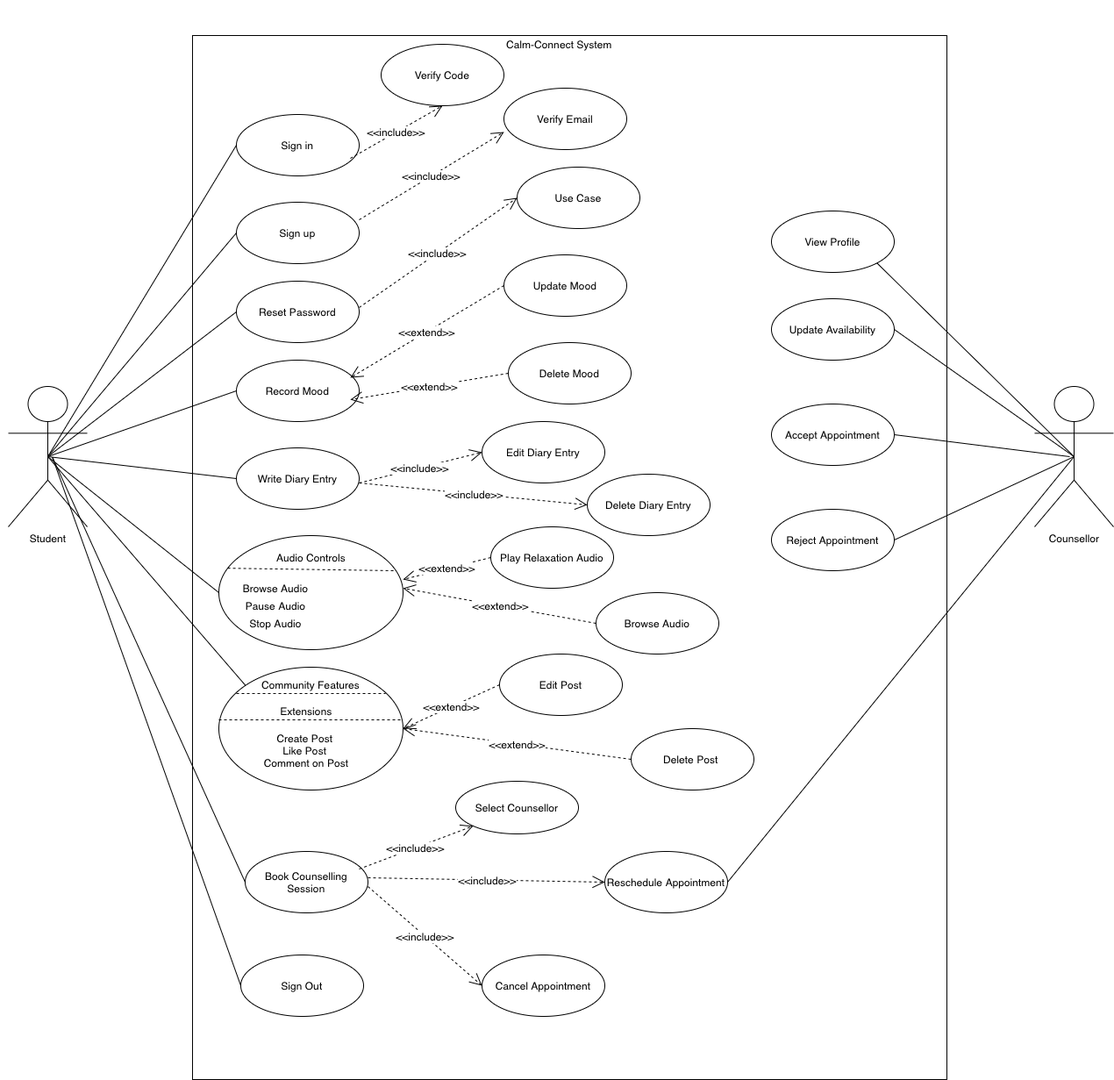
This is final usecase.drawio.png from laisaramisa-purr/psychic-fishstick, a draw.io export, as it was before one commit. Source tidied: cells renumbered, new cells last; positions are measured from the earlier drawing's top-left corner, leaving out a move shared by most shapes.
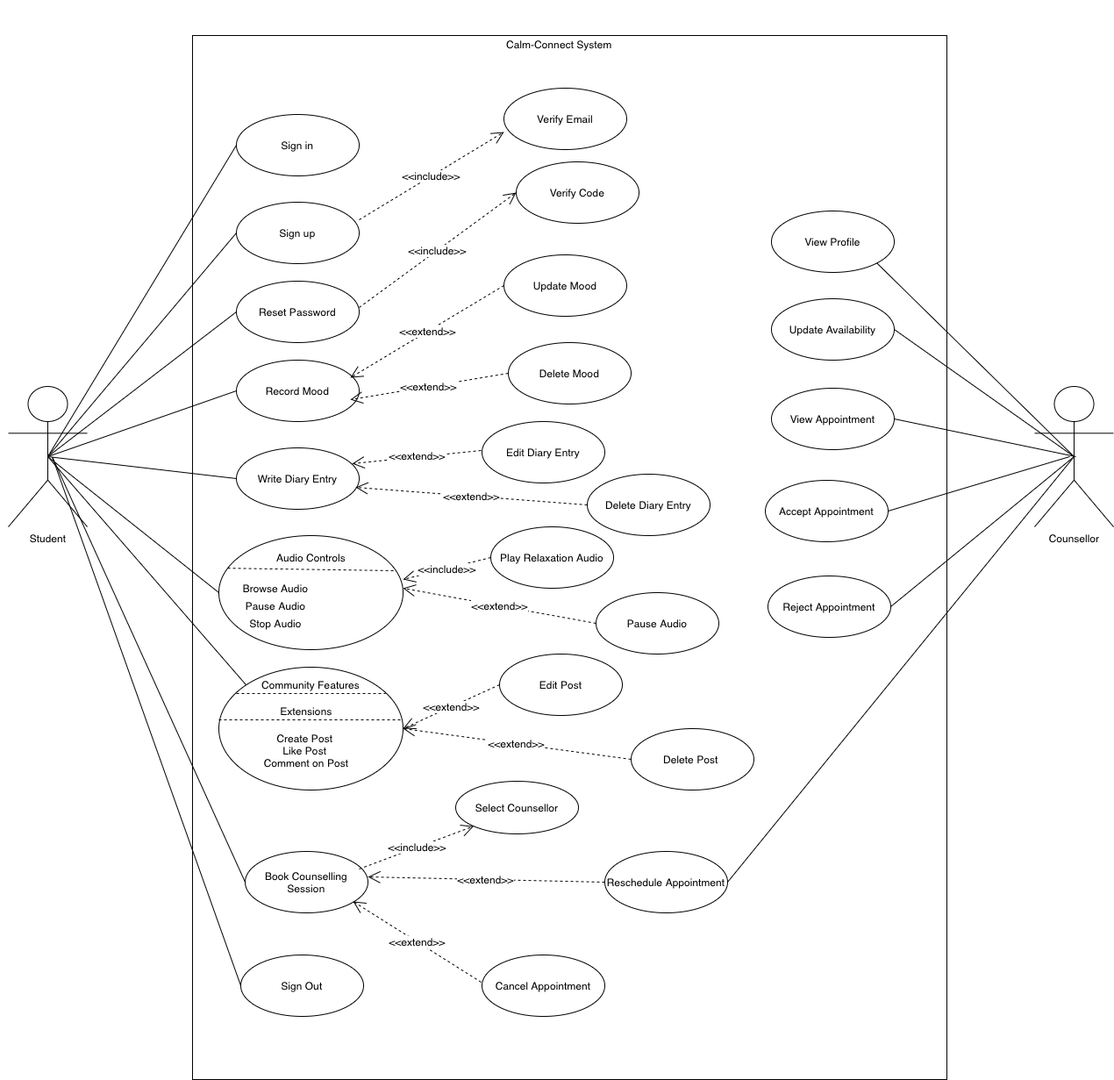
After the change.

Commit message:
final use case

What changed in the source:
```diff
@@ -59,7 +59,7 @@
     <mxCell id="20" value="Book Counselling Session" style="ellipse;whiteSpace=wrap;html=1;" parent="1" vertex="1">
       <mxGeometry x="270" y="970" width="140" height="70" as="geometry" />
     </mxCell>
-    <mxCell id="21" value="Browse Audio" style="ellipse;whiteSpace=wrap;html=1;" parent="1" vertex="1">
+    <mxCell id="21" value="Pause Audio" style="ellipse;whiteSpace=wrap;html=1;" parent="1" vertex="1">
       <mxGeometry x="670" y="675" width="140" height="70" as="geometry" />
     </mxCell>
     <mxCell id="22" value="Play Relaxation Audio" style="ellipse;whiteSpace=wrap;html=1;" parent="1" vertex="1">
@@ -72,10 +72,10 @@
       <mxGeometry x="560" y="745" width="140" height="70" as="geometry" />
     </mxCell>
     <mxCell id="25" value="Accept Appointment" style="ellipse;whiteSpace=wrap;html=1;" parent="1" vertex="1">
-      <mxGeometry x="870" y="460" width="140" height="70" as="geometry" />
+      <mxGeometry x="863" y="547" width="140" height="70" as="geometry" />
     </mxCell>
     <mxCell id="26" value="Reject Appointment" style="ellipse;whiteSpace=wrap;html=1;" parent="1" vertex="1">
-      <mxGeometry x="870" y="580" width="140" height="70" as="geometry" />
+      <mxGeometry x="866" y="656" width="140" height="70" as="geometry" />
     </mxCell>
     <mxCell id="27" value="Update Availability" style="ellipse;whiteSpace=wrap;html=1;" parent="1" vertex="1">
       <mxGeometry x="870" y="340" width="140" height="70" as="geometry" />
@@ -172,9 +172,6 @@
     <mxCell id="53" style="endArrow=none;html=1;rounded=0;fontSize=12;startSize=8;endSize=8;curved=1;entryX=0.5;entryY=0.5;entryDx=0;entryDy=0;entryPerimeter=0;exitX=1;exitY=0.5;exitDx=0;exitDy=0;" parent="1" edge="1" source="26" target="4">
       <mxGeometry relative="1" as="geometry" />
     </mxCell>
-    <mxCell id="54" value="Use Case" style="ellipse;whiteSpace=wrap;html=1;" parent="1" vertex="1">
-      <mxGeometry x="580" y="190" width="140" height="70" as="geometry" />
-    </mxCell>
     <mxCell id="55" value="&amp;lt;&amp;lt;extend&amp;gt;&amp;gt;" style="endArrow=open;endSize=12;dashed=1;html=1;rounded=0;fontSize=12;curved=1;exitX=0;exitY=0.5;exitDx=0;exitDy=0;" parent="1" edge="1" source="7">
       <mxGeometry relative="1" as="geometry">
         <mxPoint x="390" y="455" as="targetPoint" />
@@ -190,19 +187,21 @@
         <mxPoint x="400" y="250" as="sourcePoint" />
       </mxGeometry>
     </mxCell>
-    <mxCell id="58" value="&amp;lt;&amp;lt;include&amp;gt;&amp;gt;" style="endArrow=open;endSize=12;dashed=1;html=1;rounded=0;fontSize=12;curved=1;entryX=0;entryY=0.5;entryDx=0;entryDy=0;" parent="1" edge="1" target="54">
+    <mxCell id="58" value="&amp;lt;&amp;lt;include&amp;gt;&amp;gt;" style="endArrow=open;endSize=12;dashed=1;html=1;rounded=0;fontSize=12;curved=1;entryX=0;entryY=0.5;entryDx=0;entryDy=0;" parent="1" edge="1" target="70">
       <mxGeometry relative="1" as="geometry">
         <mxPoint x="400" y="350" as="sourcePoint" />
       </mxGeometry>
     </mxCell>
-    <mxCell id="59" value="&amp;lt;&amp;lt;include&amp;gt;&amp;gt;" style="endArrow=open;endSize=12;dashed=1;html=1;rounded=0;fontSize=12;curved=1;entryX=0;entryY=0.5;entryDx=0;entryDy=0;" parent="1" edge="1" target="8">
-      <mxGeometry relative="1" as="geometry">
-        <mxPoint x="400" y="550" as="sourcePoint" />
+    <mxCell id="59" value="&amp;lt;&amp;lt;extend&amp;gt;&amp;gt;" style="endArrow=open;endSize=12;dashed=1;html=1;rounded=0;fontSize=12;curved=1;" parent="1" edge="1">
+      <mxGeometry x="-0.01" y="-2" relative="1" as="geometry">
+        <mxPoint x="539" y="513" as="sourcePoint" />
+        <mxPoint x="392" y="528" as="targetPoint" />
+        <mxPoint x="1" as="offset" />
       </mxGeometry>
     </mxCell>
-    <mxCell id="60" value="&amp;lt;&amp;lt;include&amp;gt;&amp;gt;" style="endArrow=open;endSize=12;dashed=1;html=1;rounded=0;fontSize=12;curved=1;entryX=0;entryY=0.5;entryDx=0;entryDy=0;" parent="1" edge="1" target="9">
+    <mxCell id="60" value="&amp;lt;&amp;lt;extend&amp;gt;&amp;gt;" style="endArrow=open;endSize=12;dashed=1;html=1;rounded=0;fontSize=12;curved=1;exitX=0;exitY=0.5;exitDx=0;exitDy=0;" parent="1" edge="1" source="9">
       <mxGeometry relative="1" as="geometry">
-        <mxPoint x="400" y="550" as="sourcePoint" />
+        <mxPoint x="396" y="555" as="targetPoint" />
       </mxGeometry>
     </mxCell>
     <mxCell id="61" value="&amp;lt;&amp;lt;extend&amp;gt;&amp;gt;" style="endArrow=open;endSize=12;dashed=1;html=1;rounded=0;fontSize=12;curved=1;exitX=0;exitY=0.5;exitDx=0;exitDy=0;" parent="1" edge="1" source="21">
@@ -216,21 +215,17 @@
     <mxCell id="63" value="&amp;lt;&amp;lt;extend&amp;gt;&amp;gt;" style="endArrow=open;endSize=12;dashed=1;html=1;rounded=0;fontSize=12;curved=1;entryX=1;entryY=0.5;entryDx=0;entryDy=0;exitX=0;exitY=0.5;exitDx=0;exitDy=0;" parent="1" edge="1" source="28" target="35">
       <mxGeometry relative="1" as="geometry" />
     </mxCell>
-    <mxCell id="64" value="&amp;lt;&amp;lt;extend&amp;gt;&amp;gt;" style="endArrow=open;endSize=12;dashed=1;html=1;rounded=0;fontSize=12;curved=1;exitX=0;exitY=0.5;exitDx=0;exitDy=0;" parent="1" edge="1" source="22">
+    <mxCell id="64" value="&amp;lt;&amp;lt;include&amp;gt;&amp;gt;" style="endArrow=open;endSize=12;dashed=1;html=1;rounded=0;fontSize=12;curved=1;exitX=0;exitY=0.5;exitDx=0;exitDy=0;" parent="1" edge="1" source="22">
       <mxGeometry relative="1" as="geometry">
         <mxPoint x="450" y="660" as="targetPoint" />
       </mxGeometry>
     </mxCell>
-    <mxCell id="65" value="&amp;lt;&amp;lt;include&amp;gt;&amp;gt;" style="endArrow=open;endSize=12;dashed=1;html=1;rounded=0;fontSize=12;curved=1;entryX=0;entryY=0.5;entryDx=0;entryDy=0;" parent="1" edge="1" target="18">
+    <mxCell id="65" value="&amp;lt;&amp;lt;extend&amp;gt;&amp;gt;" style="endArrow=open;endSize=12;dashed=1;html=1;rounded=0;fontSize=12;curved=1;" parent="1" edge="1">
       <mxGeometry relative="1" as="geometry">
-        <mxPoint x="410" y="1010" as="sourcePoint" />
+        <mxPoint x="539" y="1119" as="sourcePoint" />
+        <mxPoint x="393" y="1027" as="targetPoint" />
       </mxGeometry>
     </mxCell>
-    <mxCell id="66" value="&amp;lt;&amp;lt;include&amp;gt;&amp;gt;" style="endArrow=open;endSize=12;dashed=1;html=1;rounded=0;fontSize=12;curved=1;entryX=0;entryY=0.5;entryDx=0;entryDy=0;" parent="1" edge="1" target="23">
-      <mxGeometry relative="1" as="geometry">
-        <mxPoint x="410" y="1000" as="sourcePoint" />
-      </mxGeometry>
-    </mxCell>
     <mxCell id="67" style="endArrow=none;html=1;rounded=0;fontSize=12;startSize=8;endSize=8;curved=1;entryX=0.5;entryY=0.5;entryDx=0;entryDy=0;entryPerimeter=0;exitX=1;exitY=0.5;exitDx=0;exitDy=0;" parent="1" edge="1" source="23" target="4">
       <mxGeometry relative="1" as="geometry" />
     </mxCell>
@@ -243,14 +238,21 @@
       </mxGeometry>
     </mxCell>
     <mxCell id="70" value="Verify Code" style="ellipse;whiteSpace=wrap;html=1;" parent="1" vertex="1">
-      <mxGeometry x="425" y="50" width="140" height="70" as="geometry" />
+      <mxGeometry x="579" y="184" width="140" height="70" as="geometry" />
     </mxCell>
-    <mxCell id="71" value="&amp;lt;&amp;lt;include&amp;gt;&amp;gt;" style="endArrow=open;endSize=12;dashed=1;html=1;rounded=0;fontSize=12;curved=1;" parent="1" edge="1">
-      <mxGeometry relative="1" as="geometry">
-        <mxPoint x="390" y="180" as="sourcePoint" />
-        <mxPoint x="495" y="120" as="targetPoint" />
-      </mxGeometry>
-    </mxCell>
     <mxCell id="72" value="Untitled Layer" parent="0" />
+    <mxCell id="73" value="&amp;lt;&amp;lt;extend&amp;gt;&amp;gt;" style="endArrow=open;endSize=12;dashed=1;html=1;rounded=0;fontSize=12;curved=1;exitX=0;exitY=0.5;exitDx=0;exitDy=0;" parent="72" edge="1" source="23">
+      <mxGeometry relative="1" as="geometry">
+        <mxPoint x="410" y="999" as="targetPoint" />
+      </mxGeometry>
+    </mxCell>
+    <mxCell id="74" value="View Appointment" style="ellipse;whiteSpace=wrap;html=1;" parent="72" vertex="1">
+      <mxGeometry x="870" y="442" width="140" height="70" as="geometry" />
+    </mxCell>
+    <mxCell id="75" style="endArrow=none;html=1;rounded=0;fontSize=12;startSize=8;endSize=8;curved=1;exitX=1;exitY=0.5;exitDx=0;exitDy=0;" parent="72" edge="1" source="74">
+      <mxGeometry relative="1" as="geometry">
+        <mxPoint x="1217" y="520" as="targetPoint" />
+      </mxGeometry>
+    </mxCell>
   </root>
 </mxGraphModel>
```
